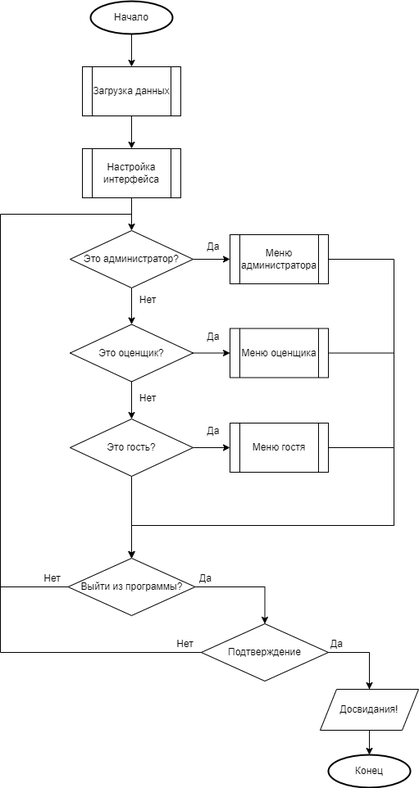
Earlier version of the draw.io export Бюрократия/Картинки-схемы/ОтРолиПользователя.drawio.png (ThomasCharester/KursuckBOOPID). Source tidied: cells renumbered, new cells last; positions are measured from the earlier drawing's top-left corner, leaving out a move shared by most shapes.
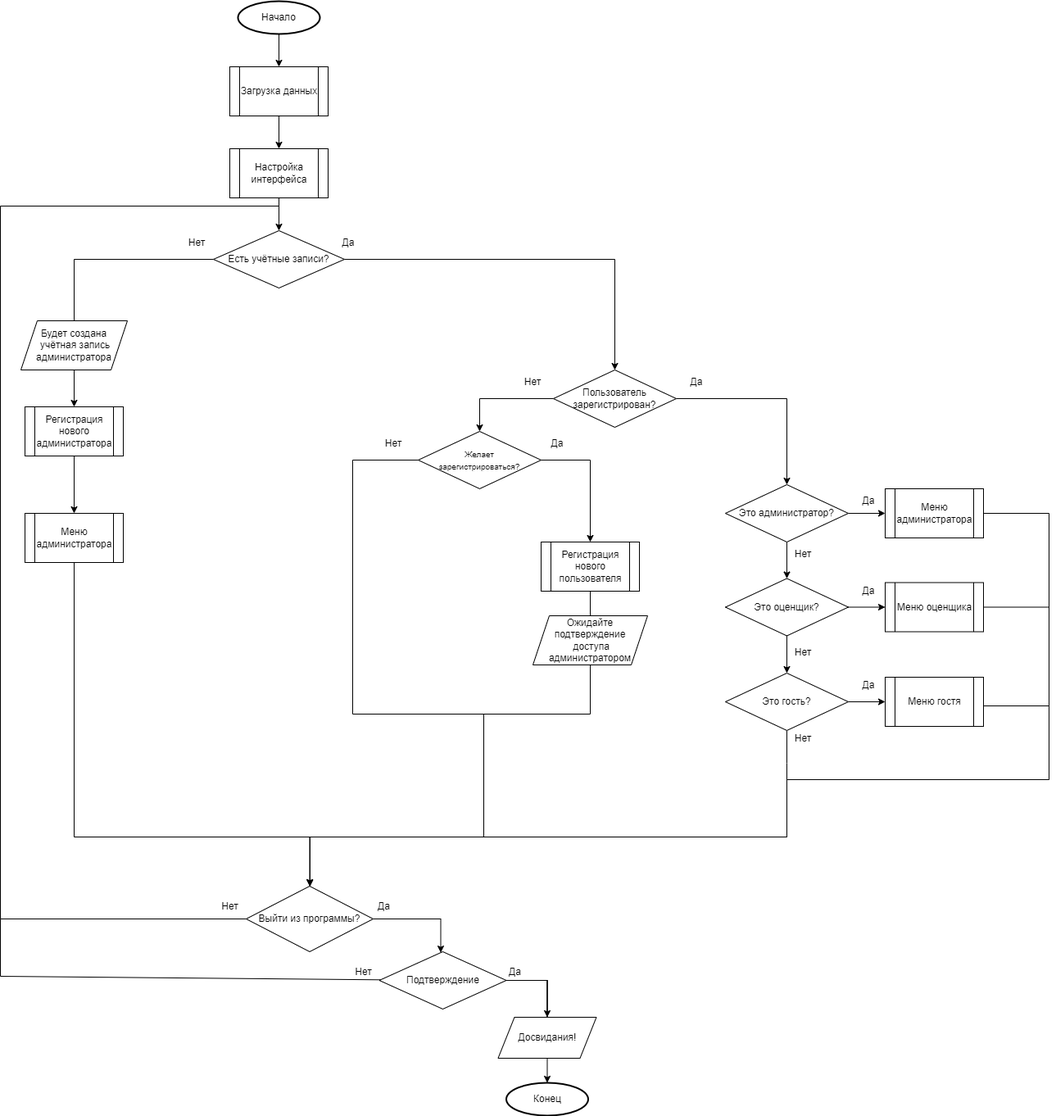
The same file after the commit.

The edit, as a diff of the source:
```diff
@@ -6,19 +6,19 @@
       <mxGeometry relative="1" as="geometry" />
     </mxCell>
     <mxCell id="3" value="Начало" style="strokeWidth=2;html=1;shape=mxgraph.flowchart.start_1;whiteSpace=wrap;" parent="1" vertex="1">
-      <mxGeometry x="110" width="100" height="40" as="geometry" />
+      <mxGeometry x="-300" y="-310" width="100" height="40" as="geometry" />
     </mxCell>
     <mxCell id="4" style="edgeStyle=orthogonalEdgeStyle;rounded=0;jettySize=auto;html=1;" parent="1" edge="1" source="5" target="7">
       <mxGeometry relative="1" as="geometry" />
     </mxCell>
     <mxCell id="5" value="Загрузка данных" style="shape=process;whiteSpace=wrap;html=1;backgroundOutline=1;" parent="1" vertex="1">
-      <mxGeometry x="100" y="80" width="120" height="60" as="geometry" />
+      <mxGeometry x="-310" y="-230" width="120" height="60" as="geometry" />
     </mxCell>
-    <mxCell id="6" style="edgeStyle=orthogonalEdgeStyle;rounded=0;jettySize=auto;html=1;" parent="1" edge="1" source="7" target="10">
+    <mxCell id="6" style="edgeStyle=orthogonalEdgeStyle;rounded=0;jettySize=auto;html=1;exitX=1;exitY=0.5;exitDx=0;exitDy=0;" parent="1" edge="1" source="44" target="10">
       <mxGeometry relative="1" as="geometry" />
     </mxCell>
     <mxCell id="7" value="Настройка интерфейса" style="shape=process;whiteSpace=wrap;html=1;backgroundOutline=1;" parent="1" vertex="1">
-      <mxGeometry x="100" y="180" width="120" height="60" as="geometry" />
+      <mxGeometry x="-310" y="-130" width="120" height="60" as="geometry" />
     </mxCell>
     <mxCell id="8" style="edgeStyle=orthogonalEdgeStyle;rounded=0;jettySize=auto;html=1;" parent="1" edge="1" source="10" target="13">
       <mxGeometry relative="1" as="geometry" />
@@ -27,7 +27,7 @@
       <mxGeometry relative="1" as="geometry" />
     </mxCell>
     <mxCell id="10" value="Это администратор?" style="rhombus;whiteSpace=wrap;html=1;" parent="1" vertex="1">
-      <mxGeometry x="85" y="280" width="150" height="70" as="geometry" />
+      <mxGeometry x="295" y="280" width="150" height="70" as="geometry" />
     </mxCell>
     <mxCell id="11" style="edgeStyle=orthogonalEdgeStyle;rounded=0;jettySize=auto;html=1;" parent="1" edge="1" source="13" target="16">
       <mxGeometry relative="1" as="geometry" />
@@ -36,122 +36,222 @@
       <mxGeometry relative="1" as="geometry" />
     </mxCell>
     <mxCell id="13" value="Это оценщик?" style="rhombus;whiteSpace=wrap;html=1;" parent="1" vertex="1">
-      <mxGeometry x="85" y="394.5" width="150" height="70" as="geometry" />
+      <mxGeometry x="295" y="394.5" width="150" height="70" as="geometry" />
     </mxCell>
     <mxCell id="14" style="edgeStyle=orthogonalEdgeStyle;rounded=0;jettySize=auto;html=1;" parent="1" edge="1" source="16" target="22">
       <mxGeometry relative="1" as="geometry" />
     </mxCell>
-    <mxCell id="15" style="edgeStyle=orthogonalEdgeStyle;rounded=0;jettySize=auto;html=1;" parent="1" edge="1" source="16" target="30">
-      <mxGeometry relative="1" as="geometry" />
-    </mxCell>
+    <mxCell id="41" style="edgeStyle=orthogonalEdgeStyle;rounded=0;jettySize=auto;html=1;endArrow=none;endFill=0;" parent="1" edge="1" source="16">
+      <mxGeometry relative="1" as="geometry">
+        <mxPoint x="370" y="660" as="targetPoint" />
+      </mxGeometry>
+    </mxCell>
     <mxCell id="16" value="Это гость?" style="rhombus;whiteSpace=wrap;html=1;" parent="1" vertex="1">
-      <mxGeometry x="85" y="510" width="150" height="70" as="geometry" />
+      <mxGeometry x="295" y="510" width="150" height="70" as="geometry" />
     </mxCell>
     <mxCell id="17" style="edgeStyle=orthogonalEdgeStyle;rounded=0;jettySize=auto;html=1;" parent="1" edge="1" source="18" target="30">
       <mxGeometry relative="1" as="geometry">
         <Array as="points">
-          <mxPoint x="480" y="315" />
-          <mxPoint x="480" y="640" />
-          <mxPoint x="160" y="640" />
+          <mxPoint x="690" y="315" />
+          <mxPoint x="690" y="640" />
+          <mxPoint x="370" y="640" />
+          <mxPoint x="370" y="710" />
+          <mxPoint x="-212" y="710" />
         </Array>
       </mxGeometry>
     </mxCell>
     <mxCell id="18" value="Меню администратора" style="shape=process;whiteSpace=wrap;html=1;backgroundOutline=1;" parent="1" vertex="1">
-      <mxGeometry x="280" y="285" width="120" height="60" as="geometry" />
+      <mxGeometry x="490" y="285" width="120" height="60" as="geometry" />
     </mxCell>
-    <mxCell id="19" style="edgeStyle=orthogonalEdgeStyle;rounded=0;jettySize=auto;html=1;" parent="1" edge="1" source="20" target="30">
+    <mxCell id="19" style="edgeStyle=orthogonalEdgeStyle;rounded=0;jettySize=auto;html=1;endArrow=none;endFill=0;" parent="1" edge="1" source="20" target="30">
       <mxGeometry relative="1" as="geometry">
         <Array as="points">
-          <mxPoint x="480" y="430" />
-          <mxPoint x="480" y="640" />
-          <mxPoint x="160" y="640" />
+          <mxPoint x="690" y="430" />
+          <mxPoint x="690" y="640" />
+          <mxPoint x="370" y="640" />
+          <mxPoint x="370" y="710" />
+          <mxPoint x="-212" y="710" />
         </Array>
       </mxGeometry>
     </mxCell>
     <mxCell id="20" value="Меню оценщика" style="shape=process;whiteSpace=wrap;html=1;backgroundOutline=1;" parent="1" vertex="1">
-      <mxGeometry x="280" y="399.5" width="120" height="60" as="geometry" />
+      <mxGeometry x="490" y="399.5" width="120" height="60" as="geometry" />
     </mxCell>
-    <mxCell id="21" style="edgeStyle=orthogonalEdgeStyle;rounded=0;jettySize=auto;html=1;entryX=0.5;entryY=0;entryDx=0;entryDy=0;" parent="1" edge="1" source="22" target="30">
-      <mxGeometry relative="1" as="geometry">
-        <Array as="points">
-          <mxPoint x="480" y="545" />
-          <mxPoint x="480" y="640" />
-          <mxPoint x="160" y="640" />
-        </Array>
-      </mxGeometry>
-    </mxCell>
     <mxCell id="22" value="Меню гостя" style="shape=process;whiteSpace=wrap;html=1;backgroundOutline=1;" parent="1" vertex="1">
-      <mxGeometry x="280" y="515" width="120" height="60" as="geometry" />
+      <mxGeometry x="490" y="515" width="120" height="60" as="geometry" />
     </mxCell>
     <mxCell id="23" value="Да" style="text;html=1;align=center;verticalAlign=middle;whiteSpace=wrap;rounded=0;" parent="1" vertex="1">
-      <mxGeometry x="230" y="285" width="60" height="30" as="geometry" />
+      <mxGeometry x="440" y="285" width="60" height="30" as="geometry" />
     </mxCell>
     <mxCell id="24" value="Да" style="text;html=1;align=center;verticalAlign=middle;whiteSpace=wrap;rounded=0;" parent="1" vertex="1">
-      <mxGeometry x="230" y="394.5" width="60" height="30" as="geometry" />
+      <mxGeometry x="440" y="394.5" width="60" height="30" as="geometry" />
     </mxCell>
     <mxCell id="25" value="Да" style="text;html=1;align=center;verticalAlign=middle;whiteSpace=wrap;rounded=0;" parent="1" vertex="1">
-      <mxGeometry x="230" y="510" width="60" height="30" as="geometry" />
+      <mxGeometry x="440" y="510" width="60" height="30" as="geometry" />
     </mxCell>
     <mxCell id="26" value="Нет" style="text;html=1;align=center;verticalAlign=middle;whiteSpace=wrap;rounded=0;" parent="1" vertex="1">
-      <mxGeometry x="150" y="470" width="60" height="30" as="geometry" />
+      <mxGeometry x="360" y="470" width="60" height="30" as="geometry" />
     </mxCell>
     <mxCell id="27" value="Нет" style="text;html=1;align=center;verticalAlign=middle;whiteSpace=wrap;rounded=0;" parent="1" vertex="1">
-      <mxGeometry x="150" y="350" width="60" height="30" as="geometry" />
+      <mxGeometry x="360" y="350" width="60" height="30" as="geometry" />
     </mxCell>
     <mxCell id="28" style="edgeStyle=orthogonalEdgeStyle;rounded=0;jettySize=auto;html=1;exitX=0;exitY=0.5;exitDx=0;exitDy=0;endArrow=none;endFill=0;" parent="1" edge="1" source="30">
       <mxGeometry relative="1" as="geometry">
-        <mxPoint x="160" y="249" as="targetPoint" />
+        <mxPoint x="-250" y="-60" as="targetPoint" />
         <Array as="points">
-          <mxPoint y="715" />
-          <mxPoint y="260" />
-          <mxPoint x="160" y="260" />
+          <mxPoint x="-590" y="810" />
+          <mxPoint x="-590" y="-60" />
         </Array>
       </mxGeometry>
     </mxCell>
     <mxCell id="29" style="edgeStyle=orthogonalEdgeStyle;rounded=0;jettySize=auto;html=1;" parent="1" edge="1" source="30" target="33">
-      <mxGeometry relative="1" as="geometry" />
+      <mxGeometry relative="1" as="geometry">
+        <Array as="points">
+          <mxPoint x="-52.5" y="810" />
+        </Array>
+      </mxGeometry>
     </mxCell>
     <mxCell id="30" value="Выйти из программы?" style="rhombus;whiteSpace=wrap;html=1;" parent="1" vertex="1">
-      <mxGeometry x="82.5" y="680" width="155" height="70" as="geometry" />
+      <mxGeometry x="-290" y="770" width="155" height="80" as="geometry" />
     </mxCell>
     <mxCell id="31" value="Нет" style="text;html=1;align=center;verticalAlign=middle;strokeColor=none;fillColor=none;" parent="1" vertex="1">
-      <mxGeometry x="42.5" y="690" width="40" height="30" as="geometry" />
+      <mxGeometry x="-330" y="780" width="40" height="30" as="geometry" />
     </mxCell>
     <mxCell id="32" style="edgeStyle=orthogonalEdgeStyle;rounded=0;jettySize=auto;html=1;" parent="1" edge="1" source="40" target="35">
       <mxGeometry relative="1" as="geometry">
         <Array as="points">
-          <mxPoint x="450" y="795" />
+          <mxPoint x="77.5" y="885" />
         </Array>
       </mxGeometry>
     </mxCell>
     <mxCell id="33" value="Подтверждение" style="rhombus;whiteSpace=wrap;html=1;" parent="1" vertex="1">
-      <mxGeometry x="245" y="760" width="155" height="70" as="geometry" />
+      <mxGeometry x="-127.5" y="850" width="155" height="70" as="geometry" />
     </mxCell>
     <mxCell id="34" value="Да" style="text;html=1;align=center;verticalAlign=middle;strokeColor=none;fillColor=none;" parent="1" vertex="1">
-      <mxGeometry x="230" y="690" width="40" height="30" as="geometry" />
+      <mxGeometry x="-142.5" y="780" width="40" height="30" as="geometry" />
     </mxCell>
     <mxCell id="35" value="Конец" style="strokeWidth=2;html=1;shape=mxgraph.flowchart.start_1;whiteSpace=wrap;" parent="1" vertex="1">
-      <mxGeometry x="400" y="920" width="100" height="40" as="geometry" />
+      <mxGeometry x="27.5" y="1010" width="100" height="40" as="geometry" />
     </mxCell>
     <mxCell id="36" value="Да" style="text;html=1;align=center;verticalAlign=middle;strokeColor=none;fillColor=none;" parent="1" vertex="1">
-      <mxGeometry x="390" y="770" width="40" height="30" as="geometry" />
+      <mxGeometry x="17.5" y="860" width="40" height="30" as="geometry" />
     </mxCell>
     <mxCell id="37" value="Нет" style="text;html=1;align=center;verticalAlign=middle;strokeColor=none;fillColor=none;" parent="1" vertex="1">
-      <mxGeometry x="205" y="770" width="40" height="30" as="geometry" />
+      <mxGeometry x="-167.5" y="860" width="40" height="30" as="geometry" />
     </mxCell>
-    <mxCell id="38" style="endArrow=none;html=1;rounded=0;exitX=0;exitY=0.5;exitDx=0;exitDy=0;endFill=0;" parent="1" edge="1" source="33">
-      <mxGeometry relative="1" as="geometry">
-        <mxPoint y="670" as="targetPoint" />
-        <Array as="points">
-          <mxPoint y="795" />
-        </Array>
-      </mxGeometry>
-    </mxCell>
     <mxCell id="39" style="edgeStyle=orthogonalEdgeStyle;rounded=0;jettySize=auto;html=1;exitX=1;exitY=0.5;exitDx=0;exitDy=0;" parent="1" edge="1" source="33" target="40">
       <mxGeometry relative="1" as="geometry" />
     </mxCell>
     <mxCell id="40" value="Досвидания!" style="shape=parallelogram;perimeter=parallelogramPerimeter;whiteSpace=wrap;html=1;fixedSize=1;" parent="1" vertex="1">
-      <mxGeometry x="390" y="840" width="120" height="50" as="geometry" />
+      <mxGeometry x="17.5" y="930" width="120" height="50" as="geometry" />
     </mxCell>
+    <mxCell id="42" style="edgeStyle=orthogonalEdgeStyle;rounded=0;jettySize=auto;html=1;" parent="1" edge="1" source="7" target="58">
+      <mxGeometry relative="1" as="geometry" />
+    </mxCell>
+    <mxCell id="43" style="edgeStyle=orthogonalEdgeStyle;rounded=0;jettySize=auto;html=1;" parent="1" edge="1" source="44" target="49">
+      <mxGeometry relative="1" as="geometry" />
+    </mxCell>
+    <mxCell id="44" value="Пользователь зарегистрирован?" style="rhombus;whiteSpace=wrap;html=1;" parent="1" vertex="1">
+      <mxGeometry x="85" y="140" width="150" height="70" as="geometry" />
+    </mxCell>
+    <mxCell id="45" value="Да" style="text;html=1;align=center;verticalAlign=middle;whiteSpace=wrap;rounded=0;" parent="1" vertex="1">
+      <mxGeometry x="230" y="140" width="60" height="30" as="geometry" />
+    </mxCell>
+    <mxCell id="46" value="Нет" style="text;html=1;align=center;verticalAlign=middle;whiteSpace=wrap;rounded=0;" parent="1" vertex="1">
+      <mxGeometry x="30" y="140" width="60" height="30" as="geometry" />
+    </mxCell>
+    <mxCell id="47" style="edgeStyle=orthogonalEdgeStyle;rounded=0;jettySize=auto;html=1;" parent="1" edge="1" source="49" target="53">
+      <mxGeometry relative="1" as="geometry">
+        <Array as="points">
+          <mxPoint x="130" y="250" />
+        </Array>
+      </mxGeometry>
+    </mxCell>
+    <mxCell id="48" style="edgeStyle=orthogonalEdgeStyle;rounded=0;jettySize=auto;html=1;endArrow=none;endFill=0;" parent="1" edge="1" source="49">
+      <mxGeometry relative="1" as="geometry">
+        <mxPoint y="710" as="targetPoint" />
+        <Array as="points">
+          <mxPoint x="-160" y="250" />
+          <mxPoint x="-160" y="560" />
+          <mxPoint y="560" />
+        </Array>
+      </mxGeometry>
+    </mxCell>
+    <mxCell id="49" value="&lt;span style=&quot;font-size: 10px;&quot;&gt;Желает&lt;/span&gt;&lt;br&gt;&lt;div&gt;&lt;font style=&quot;font-size: 10px;&quot;&gt;зарегистрироваться?&lt;/font&gt;&lt;/div&gt;" style="rhombus;whiteSpace=wrap;html=1;" parent="1" vertex="1">
+      <mxGeometry x="-80" y="215" width="150" height="70" as="geometry" />
+    </mxCell>
+    <mxCell id="50" value="Да" style="text;html=1;align=center;verticalAlign=middle;whiteSpace=wrap;rounded=0;" parent="1" vertex="1">
+      <mxGeometry x="60" y="215" width="60" height="30" as="geometry" />
+    </mxCell>
+    <mxCell id="51" value="Нет" style="text;html=1;align=center;verticalAlign=middle;whiteSpace=wrap;rounded=0;" parent="1" vertex="1">
+      <mxGeometry x="-140" y="215" width="60" height="30" as="geometry" />
+    </mxCell>
+    <mxCell id="52" style="edgeStyle=orthogonalEdgeStyle;rounded=0;jettySize=auto;html=1;endArrow=none;endFill=0;" parent="1" edge="1" source="53">
+      <mxGeometry relative="1" as="geometry">
+        <mxPoint y="640" as="targetPoint" />
+        <Array as="points">
+          <mxPoint x="130" y="560" />
+          <mxPoint y="560" />
+        </Array>
+      </mxGeometry>
+    </mxCell>
+    <mxCell id="53" value="Регистрация нового пользователя" style="shape=process;whiteSpace=wrap;html=1;backgroundOutline=1;" parent="1" vertex="1">
+      <mxGeometry x="70" y="350" width="120" height="60" as="geometry" />
+    </mxCell>
+    <mxCell id="54" value="Ожидайте подтверждение&lt;div&gt;&amp;nbsp;доступа администратором&lt;/div&gt;" style="shape=parallelogram;perimeter=parallelogramPerimeter;whiteSpace=wrap;html=1;fixedSize=1;" parent="1" vertex="1">
+      <mxGeometry x="60" y="440" width="140" height="60" as="geometry" />
+    </mxCell>
+    <mxCell id="55" style="endArrow=none;html=1;rounded=0;" parent="1" edge="1" target="33">
+      <mxGeometry relative="1" as="geometry">
+        <mxPoint x="-590" y="810" as="sourcePoint" />
+        <Array as="points">
+          <mxPoint x="-590" y="880" />
+        </Array>
+      </mxGeometry>
+    </mxCell>
+    <mxCell id="56" style="edgeStyle=orthogonalEdgeStyle;rounded=0;jettySize=auto;html=1;" parent="1" edge="1" source="58" target="44">
+      <mxGeometry relative="1" as="geometry" />
+    </mxCell>
+    <mxCell id="57" style="edgeStyle=orthogonalEdgeStyle;rounded=0;jettySize=auto;html=1;" parent="1" edge="1" source="58" target="61">
+      <mxGeometry relative="1" as="geometry" />
+    </mxCell>
+    <mxCell id="58" value="Есть учётные записи?" style="rhombus;whiteSpace=wrap;html=1;" parent="1" vertex="1">
+      <mxGeometry x="-330" y="-30" width="160" height="70" as="geometry" />
+    </mxCell>
+    <mxCell id="59" value="Да" style="text;html=1;align=center;verticalAlign=middle;whiteSpace=wrap;rounded=0;" parent="1" vertex="1">
+      <mxGeometry x="-195" y="-30" width="60" height="30" as="geometry" />
+    </mxCell>
+    <mxCell id="60" style="edgeStyle=orthogonalEdgeStyle;rounded=0;jettySize=auto;html=1;" parent="1" edge="1" source="61" target="65">
+      <mxGeometry relative="1" as="geometry" />
+    </mxCell>
+    <mxCell id="61" value="Регистрация&lt;div&gt;нового администратора&lt;/div&gt;" style="shape=process;whiteSpace=wrap;html=1;backgroundOutline=1;" parent="1" vertex="1">
+      <mxGeometry x="-560" y="185" width="120" height="60" as="geometry" />
+    </mxCell>
+    <mxCell id="62" value="Нет" style="text;html=1;align=center;verticalAlign=middle;whiteSpace=wrap;rounded=0;" parent="1" vertex="1">
+      <mxGeometry x="-380" y="-30" width="60" height="30" as="geometry" />
+    </mxCell>
+    <mxCell id="63" value="Будет создана&lt;div&gt;&amp;nbsp;учётная запись администратора&lt;/div&gt;" style="shape=parallelogram;perimeter=parallelogramPerimeter;whiteSpace=wrap;html=1;fixedSize=1;" parent="1" vertex="1">
+      <mxGeometry x="-565" y="80" width="130" height="60" as="geometry" />
+    </mxCell>
+    <mxCell id="64" style="edgeStyle=orthogonalEdgeStyle;rounded=0;jettySize=auto;html=1;entryX=0.5;entryY=0;entryDx=0;entryDy=0;" parent="1" edge="1" source="65" target="30">
+      <mxGeometry relative="1" as="geometry">
+        <Array as="points">
+          <mxPoint x="-500" y="710" />
+          <mxPoint x="-212" y="710" />
+        </Array>
+      </mxGeometry>
+    </mxCell>
+    <mxCell id="65" value="Меню администратора" style="shape=process;whiteSpace=wrap;html=1;backgroundOutline=1;" parent="1" vertex="1">
+      <mxGeometry x="-560" y="315" width="120" height="60" as="geometry" />
+    </mxCell>
+    <mxCell id="66" style="endArrow=none;html=1;rounded=0;" parent="1" edge="1">
+      <mxGeometry relative="1" as="geometry">
+        <mxPoint x="610" y="550" as="sourcePoint" />
+        <mxPoint x="690" y="550" as="targetPoint" />
+      </mxGeometry>
+    </mxCell>
+    <mxCell id="67" value="Нет" style="text;html=1;align=center;verticalAlign=middle;whiteSpace=wrap;rounded=0;" parent="1" vertex="1">
+      <mxGeometry x="360" y="575" width="60" height="30" as="geometry" />
+    </mxCell>
   </root>
 </mxGraphModel>
```
